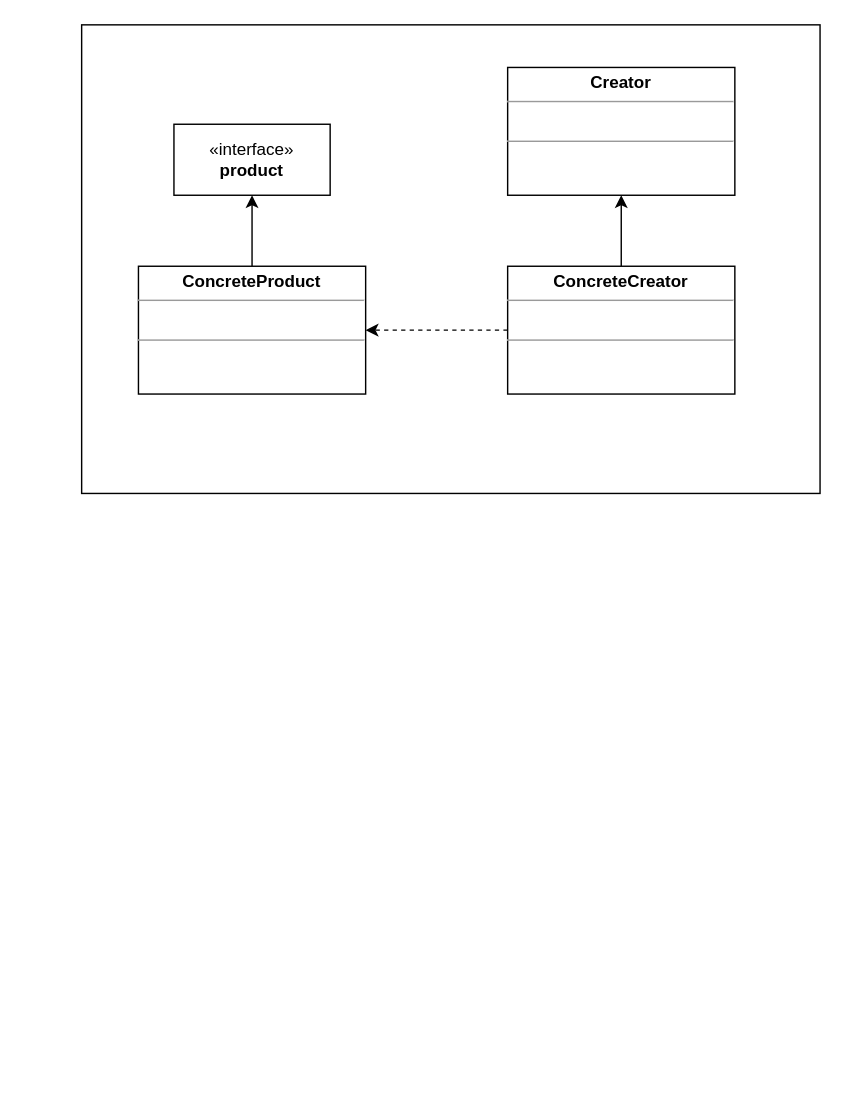
This is 设计模式.drawio from chenxiaochuan72/draw, a draw.io file, before an edit. Source tidied: cells renumbered, new cells numbered last; positions are measured from the earlier drawing's top-left corner, leaving out a move shared by most shapes. Both pictures are drawn from the tidied source at 142%, with x=0, y=0 at pixel (81, 24).
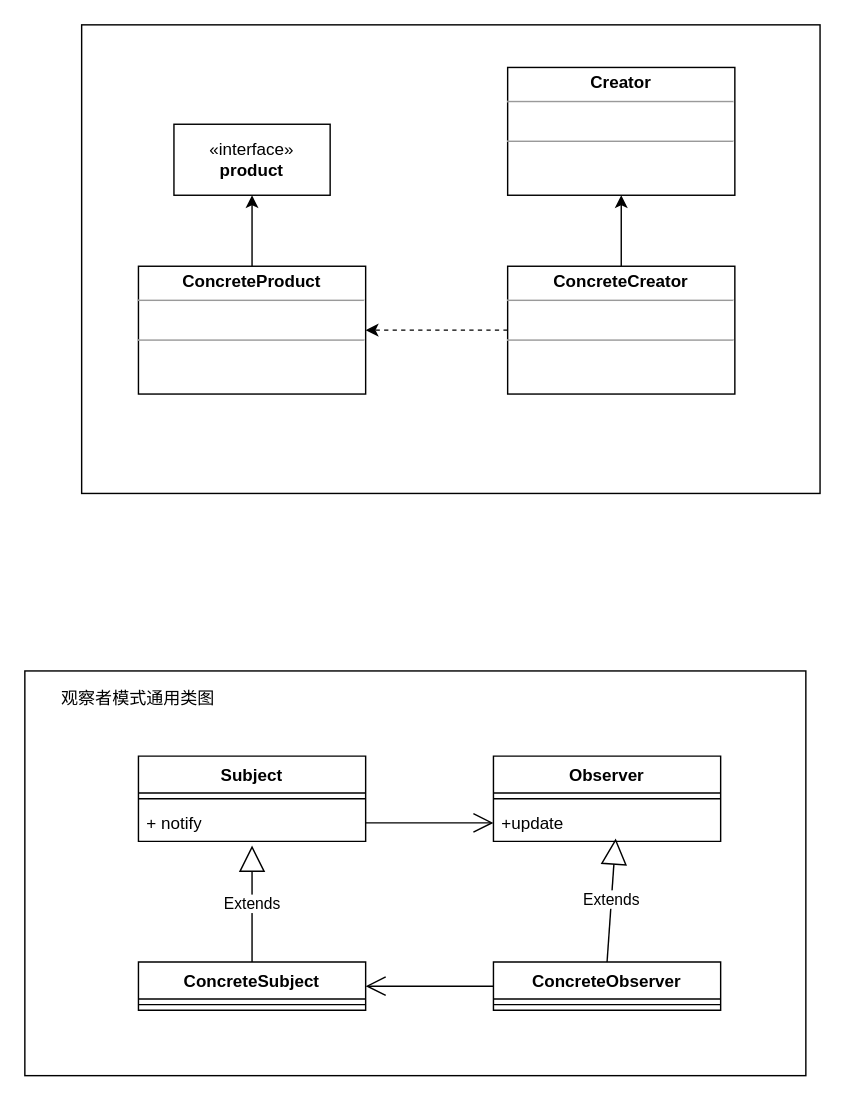
The same diagram, later.

Commit message:
更新设计模式.drawio

Change to the diagram source:
```diff
@@
+    <mxCell id="10" style="rounded=0;whiteSpace=wrap;html=1;" parent="1" vertex="1">
+      <mxGeometry x="-40" y="455" width="550" height="285" as="geometry" />
+    </mxCell>
@@
+    <mxCell id="11" value="Subject" style="swimlane;fontStyle=1;align=center;verticalAlign=top;horizontal=1;startSize=26;whiteSpace=wrap;html=1;" parent="1" vertex="1">
+      <mxGeometry x="40" y="515" width="160" height="60" as="geometry" />
+    </mxCell>
+    <mxCell id="12" style="line;strokeWidth=1;fillColor=none;align=left;verticalAlign=middle;spacingTop=-1;spacingLeft=3;spacingRight=3;labelPosition=right;strokeColor=inherit;" parent="11" vertex="1">
+      <mxGeometry y="26" width="160" height="8" as="geometry" />
+    </mxCell>
+    <mxCell id="13" value="+ notify" style="text;strokeColor=none;fillColor=none;align=left;verticalAlign=top;spacingLeft=4;spacingRight=4;overflow=hidden;points=[[0,0.5],[1,0.5]];portConstraint=eastwest;whiteSpace=wrap;html=1;" parent="11" vertex="1">
+      <mxGeometry y="34" width="160" height="26" as="geometry" />
+    </mxCell>
+    <mxCell id="14" value="Observer" style="swimlane;fontStyle=1;align=center;verticalAlign=top;horizontal=1;startSize=26;whiteSpace=wrap;html=1;" parent="1" vertex="1">
+      <mxGeometry x="290" y="515" width="160" height="60" as="geometry" />
+    </mxCell>
+    <mxCell id="15" style="line;strokeWidth=1;fillColor=none;align=left;verticalAlign=middle;spacingTop=-1;spacingLeft=3;spacingRight=3;labelPosition=right;strokeColor=inherit;" parent="14" vertex="1">
+      <mxGeometry y="26" width="160" height="8" as="geometry" />
+    </mxCell>
+    <mxCell id="16" value="+update" style="text;strokeColor=none;fillColor=none;align=left;verticalAlign=top;spacingLeft=4;spacingRight=4;overflow=hidden;points=[[0,0.5],[1,0.5]];portConstraint=eastwest;whiteSpace=wrap;html=1;" parent="14" vertex="1">
+      <mxGeometry y="34" width="160" height="26" as="geometry" />
+    </mxCell>
+    <mxCell id="17" value="ConcreteSubject" style="swimlane;fontStyle=1;align=center;verticalAlign=top;horizontal=1;startSize=26;whiteSpace=wrap;html=1;" parent="1" vertex="1">
+      <mxGeometry x="40" y="660" width="160" height="34" as="geometry" />
+    </mxCell>
+    <mxCell id="18" style="line;strokeWidth=1;fillColor=none;align=left;verticalAlign=middle;spacingTop=-1;spacingLeft=3;spacingRight=3;labelPosition=right;strokeColor=inherit;" parent="17" vertex="1">
+      <mxGeometry y="26" width="160" height="8" as="geometry" />
+    </mxCell>
+    <mxCell id="19" value="ConcreteObserver" style="swimlane;fontStyle=1;align=center;verticalAlign=top;horizontal=1;startSize=26;whiteSpace=wrap;html=1;" parent="1" vertex="1">
+      <mxGeometry x="290" y="660" width="160" height="34" as="geometry" />
+    </mxCell>
+    <mxCell id="20" style="line;strokeWidth=1;fillColor=none;align=left;verticalAlign=middle;spacingTop=-1;spacingLeft=3;spacingRight=3;labelPosition=right;strokeColor=inherit;" parent="19" vertex="1">
+      <mxGeometry y="26" width="160" height="8" as="geometry" />
+    </mxCell>
+    <mxCell id="21" style="endArrow=open;endFill=1;endSize=12;html=1;rounded=0;exitX=1;exitY=0.5;exitDx=0;exitDy=0;entryX=0;entryY=0.5;entryDx=0;entryDy=0;" parent="1" edge="1" source="13" target="16">
+      <mxGeometry relative="1" as="geometry" />
+    </mxCell>
+    <mxCell id="22" value="Extends" style="endArrow=block;endSize=16;endFill=0;html=1;rounded=0;exitX=0.5;exitY=0;exitDx=0;exitDy=0;entryX=0.5;entryY=1.115;entryDx=0;entryDy=0;entryPerimeter=0;" parent="1" edge="1" source="17" target="13">
+      <mxGeometry relative="1" as="geometry" />
+    </mxCell>
+    <mxCell id="23" value="Extends" style="endArrow=block;endSize=16;endFill=0;html=1;rounded=0;entryX=0.538;entryY=0.923;entryDx=0;entryDy=0;entryPerimeter=0;exitX=0.5;exitY=0;exitDx=0;exitDy=0;" parent="1" edge="1" source="19" target="16">
+      <mxGeometry relative="1" as="geometry" />
+    </mxCell>
+    <mxCell id="24" style="endArrow=open;endFill=1;endSize=12;html=1;rounded=0;entryX=1;entryY=0.5;entryDx=0;entryDy=0;exitX=0;exitY=0.5;exitDx=0;exitDy=0;" parent="1" edge="1" source="19" target="17">
+      <mxGeometry relative="1" as="geometry" />
+    </mxCell>
+    <mxCell id="25" value="观察者模式通用类图" style="text;html=1;strokeColor=none;fillColor=none;align=center;verticalAlign=middle;whiteSpace=wrap;rounded=0;" parent="1" vertex="1">
+      <mxGeometry x="-20" y="460" width="120" height="30" as="geometry" />
+    </mxCell>
```
